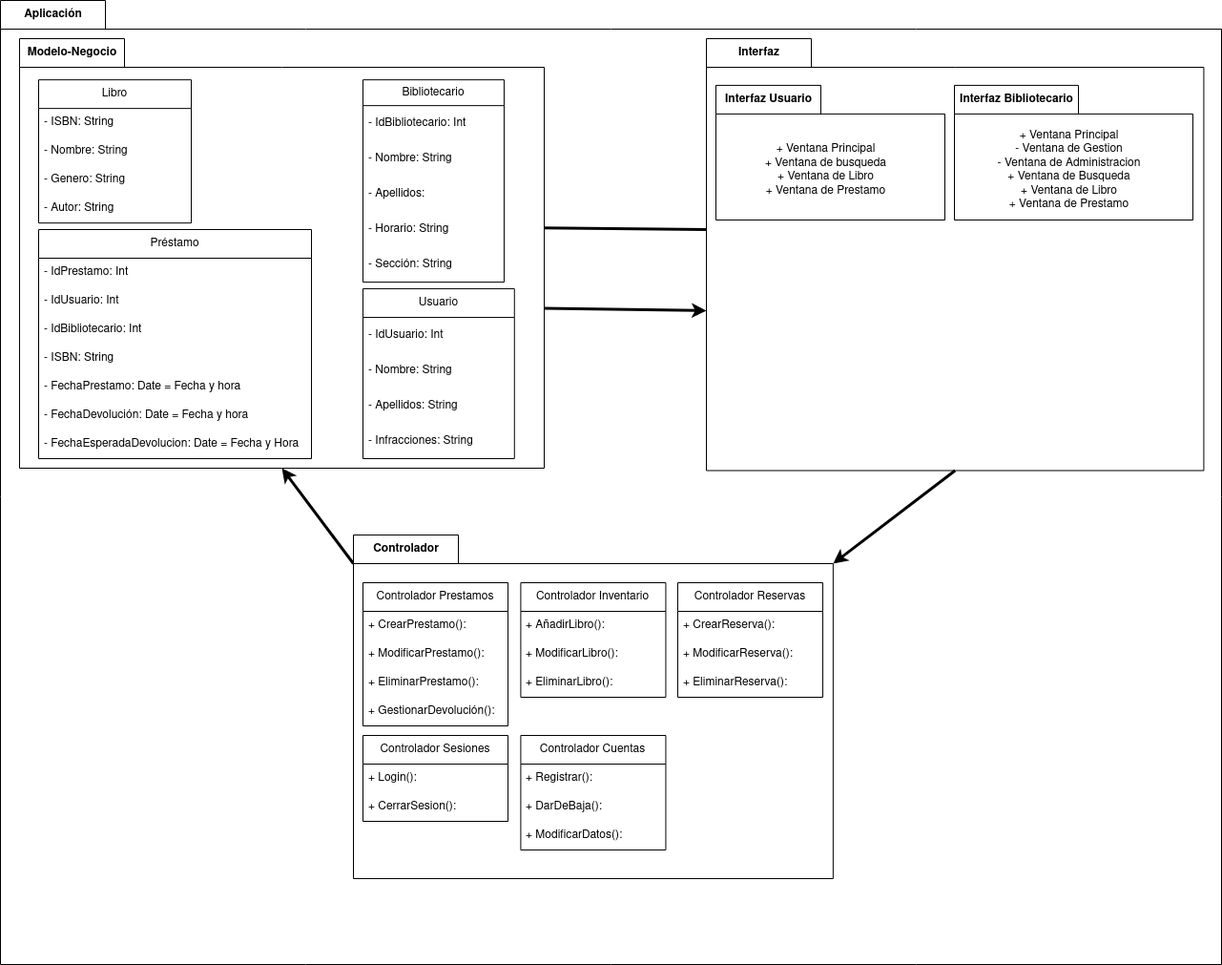
The draw.io diagram diagrama-paquetes/biblioteca/diagrama-biblioteca.drawio.png in IsaiasTolP/Tareas_Markdown, before a commit. Source tidied: cells renumbered, new cells last; positions are measured from the earlier drawing's top-left corner, leaving out a move shared by most shapes.
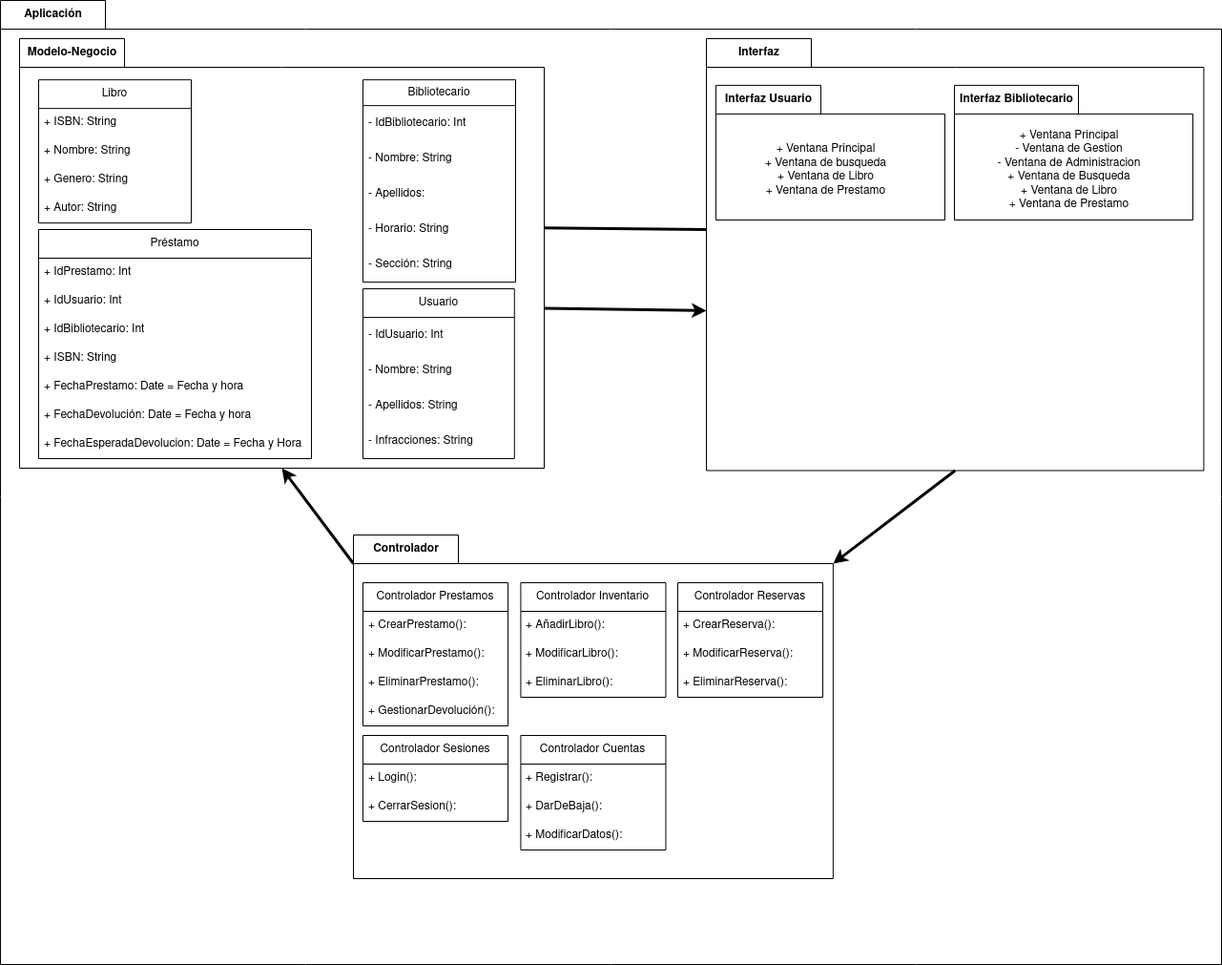
The same diagram one commit later.

What changed in the source:
```diff
@@ -138,60 +138,60 @@
       <mxGeometry y="141" width="158.8" height="37" as="geometry" />
     </mxCell>
     <mxCell id="43" value="Bibliotecario" style="swimlane;fontStyle=0;horizontal=1;startSize=27;whiteSpace=wrap;html=1;strokeColor=default;" parent="36" vertex="1">
-      <mxGeometry x="360" y="43.1" width="148" height="211.9" as="geometry" />
+      <mxGeometry x="360" y="43.1" width="160" height="211.9" as="geometry" />
     </mxCell>
     <mxCell id="44" value="- IdBibliotecario: Int" style="text;strokeColor=none;fillColor=none;align=left;verticalAlign=middle;spacingLeft=4;spacingRight=4;overflow=hidden;whiteSpace=wrap;html=1;" parent="43" vertex="1">
-      <mxGeometry y="27" width="148" height="37" as="geometry" />
+      <mxGeometry y="27" width="160" height="37" as="geometry" />
     </mxCell>
     <mxCell id="45" value="- Nombre: String" style="text;strokeColor=none;fillColor=none;align=left;verticalAlign=middle;spacingLeft=4;spacingRight=4;overflow=hidden;whiteSpace=wrap;html=1;" parent="43" vertex="1">
-      <mxGeometry y="64" width="148" height="37" as="geometry" />
+      <mxGeometry y="64" width="160" height="37" as="geometry" />
     </mxCell>
     <mxCell id="46" value="- Apellidos:" style="text;strokeColor=none;fillColor=none;align=left;verticalAlign=middle;spacingLeft=4;spacingRight=4;overflow=hidden;whiteSpace=wrap;html=1;" parent="43" vertex="1">
-      <mxGeometry y="101" width="148" height="37" as="geometry" />
+      <mxGeometry y="101" width="160" height="37" as="geometry" />
     </mxCell>
     <mxCell id="47" value="- Horario: String" style="text;strokeColor=none;fillColor=none;align=left;verticalAlign=middle;spacingLeft=4;spacingRight=4;overflow=hidden;whiteSpace=wrap;html=1;" parent="43" vertex="1">
-      <mxGeometry y="138" width="148" height="37" as="geometry" />
+      <mxGeometry y="138" width="160" height="37" as="geometry" />
     </mxCell>
     <mxCell id="48" value="- Sección: String" style="text;strokeColor=none;fillColor=none;align=left;verticalAlign=middle;spacingLeft=4;spacingRight=4;overflow=hidden;whiteSpace=wrap;html=1;" parent="43" vertex="1">
-      <mxGeometry y="174.9" width="148" height="37" as="geometry" />
+      <mxGeometry y="174.9" width="160" height="37" as="geometry" />
     </mxCell>
     <mxCell id="49" value="Libro" style="swimlane;fontStyle=0;horizontal=1;startSize=30;whiteSpace=wrap;html=1;strokeColor=default;" parent="36" vertex="1">
       <mxGeometry x="20" y="43.1" width="160" height="150" as="geometry" />
     </mxCell>
-    <mxCell id="50" value="- ISBN: String" style="text;strokeColor=none;fillColor=none;align=left;verticalAlign=middle;spacingLeft=4;spacingRight=4;overflow=hidden;whiteSpace=wrap;html=1;" parent="49" vertex="1">
+    <mxCell id="50" value="+ ISBN: String" style="text;strokeColor=none;fillColor=none;align=left;verticalAlign=middle;spacingLeft=4;spacingRight=4;overflow=hidden;whiteSpace=wrap;html=1;" parent="49" vertex="1">
       <mxGeometry y="30" width="160" height="30" as="geometry" />
     </mxCell>
-    <mxCell id="51" value="- Nombre: String" style="text;strokeColor=none;fillColor=none;align=left;verticalAlign=middle;spacingLeft=4;spacingRight=4;overflow=hidden;whiteSpace=wrap;html=1;" parent="49" vertex="1">
+    <mxCell id="51" value="+ Nombre: String" style="text;strokeColor=none;fillColor=none;align=left;verticalAlign=middle;spacingLeft=4;spacingRight=4;overflow=hidden;whiteSpace=wrap;html=1;" parent="49" vertex="1">
       <mxGeometry y="60" width="160" height="30" as="geometry" />
     </mxCell>
-    <mxCell id="52" value="- Genero: String" style="text;strokeColor=none;fillColor=none;align=left;verticalAlign=middle;spacingLeft=4;spacingRight=4;overflow=hidden;whiteSpace=wrap;html=1;" parent="49" vertex="1">
+    <mxCell id="52" value="+ Genero: String" style="text;strokeColor=none;fillColor=none;align=left;verticalAlign=middle;spacingLeft=4;spacingRight=4;overflow=hidden;whiteSpace=wrap;html=1;" parent="49" vertex="1">
       <mxGeometry y="90" width="160" height="30" as="geometry" />
     </mxCell>
-    <mxCell id="53" value="- Autor: String" style="text;strokeColor=none;fillColor=none;align=left;verticalAlign=middle;spacingLeft=4;spacingRight=4;overflow=hidden;whiteSpace=wrap;html=1;" parent="49" vertex="1">
+    <mxCell id="53" value="+ Autor: String" style="text;strokeColor=none;fillColor=none;align=left;verticalAlign=middle;spacingLeft=4;spacingRight=4;overflow=hidden;whiteSpace=wrap;html=1;" parent="49" vertex="1">
       <mxGeometry y="120" width="160" height="30" as="geometry" />
     </mxCell>
     <mxCell id="54" value="Préstamo" style="swimlane;fontStyle=0;horizontal=1;startSize=30;whiteSpace=wrap;html=1;strokeColor=default;" parent="36" vertex="1">
       <mxGeometry x="20" y="200" width="286" height="240" as="geometry" />
     </mxCell>
-    <mxCell id="55" value="- IdPrestamo: Int" style="text;strokeColor=none;fillColor=none;align=left;verticalAlign=middle;spacingLeft=4;spacingRight=4;overflow=hidden;whiteSpace=wrap;html=1;" parent="54" vertex="1">
+    <mxCell id="55" value="+ IdPrestamo: Int" style="text;strokeColor=none;fillColor=none;align=left;verticalAlign=middle;spacingLeft=4;spacingRight=4;overflow=hidden;whiteSpace=wrap;html=1;" parent="54" vertex="1">
       <mxGeometry y="30" width="286" height="30" as="geometry" />
     </mxCell>
-    <mxCell id="56" value="- IdUsuario: Int" style="text;strokeColor=none;fillColor=none;align=left;verticalAlign=middle;spacingLeft=4;spacingRight=4;overflow=hidden;whiteSpace=wrap;html=1;" parent="54" vertex="1">
+    <mxCell id="56" value="+ IdUsuario: Int" style="text;strokeColor=none;fillColor=none;align=left;verticalAlign=middle;spacingLeft=4;spacingRight=4;overflow=hidden;whiteSpace=wrap;html=1;" parent="54" vertex="1">
       <mxGeometry y="60" width="286" height="30" as="geometry" />
     </mxCell>
-    <mxCell id="57" value="- IdBibliotecario: Int" style="text;strokeColor=none;fillColor=none;align=left;verticalAlign=middle;spacingLeft=4;spacingRight=4;overflow=hidden;whiteSpace=wrap;html=1;" parent="54" vertex="1">
+    <mxCell id="57" value="+ IdBibliotecario: Int" style="text;strokeColor=none;fillColor=none;align=left;verticalAlign=middle;spacingLeft=4;spacingRight=4;overflow=hidden;whiteSpace=wrap;html=1;" parent="54" vertex="1">
       <mxGeometry y="90" width="286" height="30" as="geometry" />
     </mxCell>
-    <mxCell id="58" value="- ISBN: String" style="text;strokeColor=none;fillColor=none;align=left;verticalAlign=middle;spacingLeft=4;spacingRight=4;overflow=hidden;whiteSpace=wrap;html=1;" parent="54" vertex="1">
+    <mxCell id="58" value="+ ISBN: String" style="text;strokeColor=none;fillColor=none;align=left;verticalAlign=middle;spacingLeft=4;spacingRight=4;overflow=hidden;whiteSpace=wrap;html=1;" parent="54" vertex="1">
       <mxGeometry y="120" width="286" height="30" as="geometry" />
     </mxCell>
-    <mxCell id="59" value="- FechaPrestamo: Date = Fecha y hora" style="text;strokeColor=none;fillColor=none;align=left;verticalAlign=middle;spacingLeft=4;spacingRight=4;overflow=hidden;whiteSpace=wrap;html=1;" parent="54" vertex="1">
+    <mxCell id="59" value="+ FechaPrestamo: Date = Fecha y hora" style="text;strokeColor=none;fillColor=none;align=left;verticalAlign=middle;spacingLeft=4;spacingRight=4;overflow=hidden;whiteSpace=wrap;html=1;" parent="54" vertex="1">
       <mxGeometry y="150" width="286" height="30" as="geometry" />
     </mxCell>
-    <mxCell id="60" value="- FechaDevolución: Date = Fecha y hora" style="text;strokeColor=none;fillColor=none;align=left;verticalAlign=middle;spacingLeft=4;spacingRight=4;overflow=hidden;whiteSpace=wrap;html=1;" parent="54" vertex="1">
+    <mxCell id="60" value="+ FechaDevolución: Date = Fecha y hora" style="text;strokeColor=none;fillColor=none;align=left;verticalAlign=middle;spacingLeft=4;spacingRight=4;overflow=hidden;whiteSpace=wrap;html=1;" parent="54" vertex="1">
       <mxGeometry y="180" width="286" height="30" as="geometry" />
     </mxCell>
-    <mxCell id="61" value="- FechaEsperadaDevolucion: Date = Fecha y Hora" style="text;strokeColor=none;fillColor=none;align=left;verticalAlign=middle;spacingLeft=4;spacingRight=4;overflow=hidden;whiteSpace=wrap;html=1;" parent="54" vertex="1">
+    <mxCell id="61" value="+ FechaEsperadaDevolucion: Date = Fecha y Hora" style="text;strokeColor=none;fillColor=none;align=left;verticalAlign=middle;spacingLeft=4;spacingRight=4;overflow=hidden;whiteSpace=wrap;html=1;" parent="54" vertex="1">
       <mxGeometry y="210" width="286" height="30" as="geometry" />
     </mxCell>
   </root>
```
